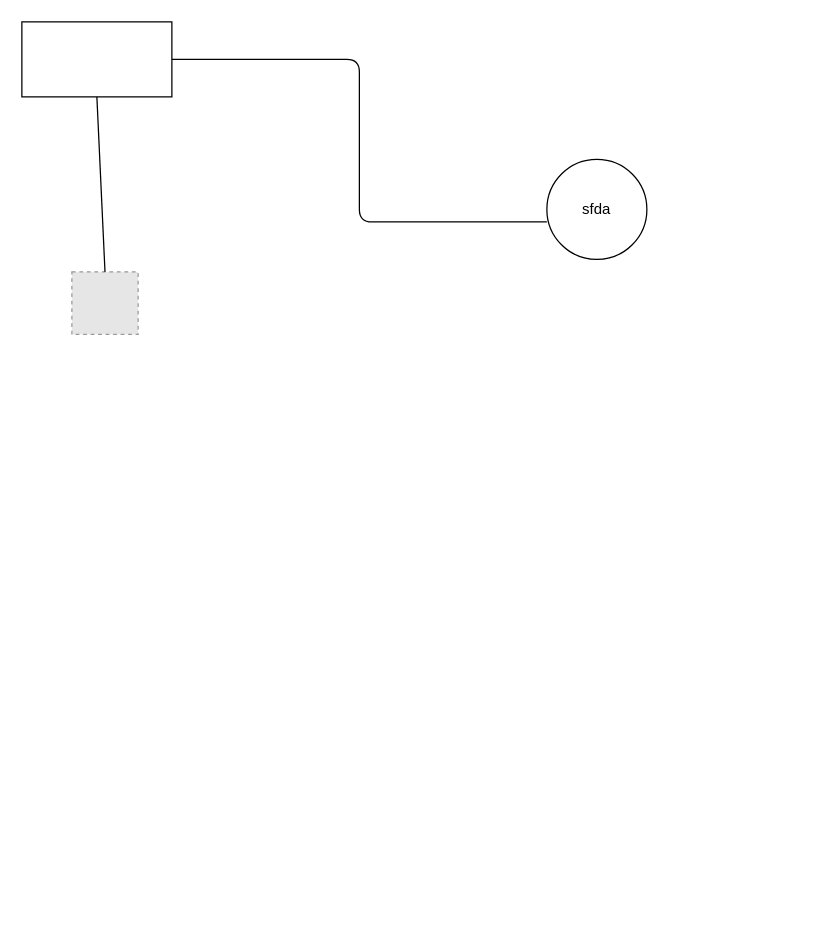
Earlier version of the draw.io diagram 未命名表单.drawio (Hyhyx/hyhyx.github.io). Source tidied: cells renumbered, new cells numbered last; positions are measured from the earlier drawing's top-left corner, leaving out a move shared by most shapes. Both pictures are drawn from the tidied source at 125%, with x=0, y=0 at pixel (21, 21). Pictures stored in the file or linked from it are replaced by grey dashed boxes.
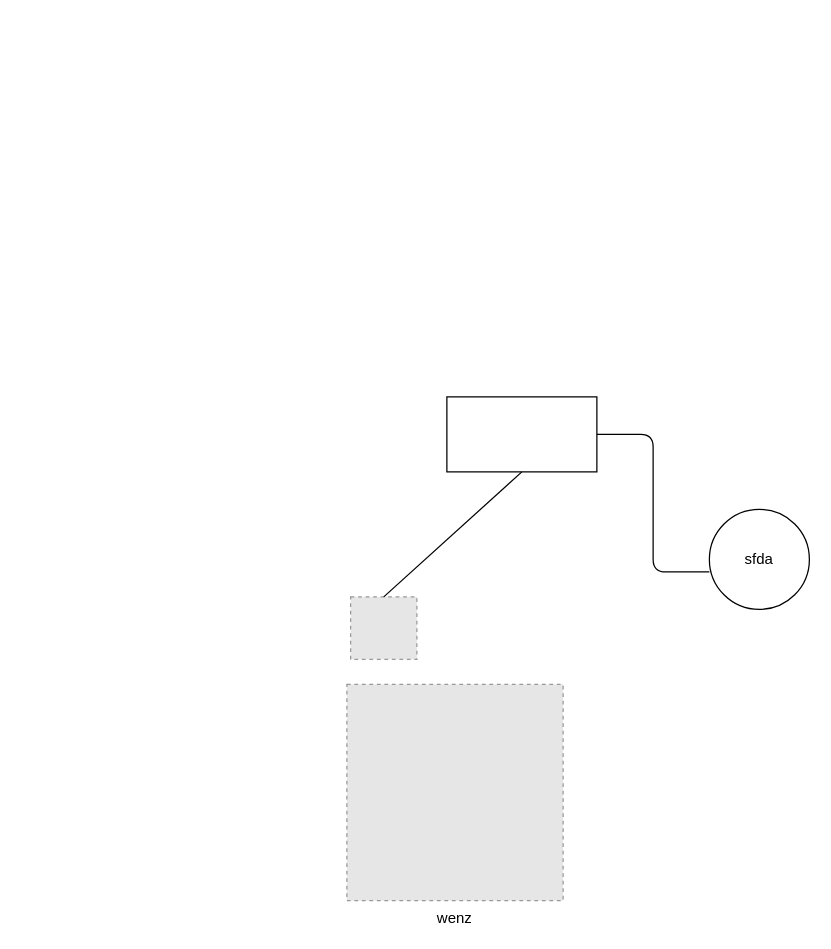
The same page after the edit.

Commit message:
更新未命名表单.drawio

What changed in the source:
```diff
@@
 <mxGraphModel>
   <root>
     <mxCell id="0" />
     <mxCell id="1" parent="0" />
     <mxCell id="2" style="rounded=0;whiteSpace=wrap;html=1;" parent="1" vertex="1">
-      <mxGeometry width="120" height="60" as="geometry" />
+      <mxGeometry x="340" y="300" width="120" height="60" as="geometry" />
     </mxCell>
     <mxCell id="3" style="endArrow=none;html=1;entryX=0;entryY=0.625;entryDx=0;entryDy=0;entryPerimeter=0;exitX=1;exitY=0.5;exitDx=0;exitDy=0;edgeStyle=orthogonalEdgeStyle;" parent="1" edge="1" source="2" target="4">
       <mxGeometry relative="1" as="geometry" />
     </mxCell>
     <mxCell id="4" value="sfda" style="ellipse;whiteSpace=wrap;html=1;" parent="1" vertex="1">
-      <mxGeometry x="420" y="110" width="80" height="80" as="geometry" />
+      <mxGeometry x="550" y="390" width="80" height="80" as="geometry" />
     </mxCell>
     <mxCell id="5" style="fillColor=#E6E6E6;strokeColor=#999999;dashed=1;verticalLabelPosition=bottom;verticalAlign=top;html=1;" parent="1" vertex="1">
-      <mxGeometry x="40" y="200" width="53" height="50" as="geometry" />
+      <mxGeometry x="263" y="460" width="53" height="50" as="geometry" />
     </mxCell>
     <mxCell id="6" style="endArrow=none;html=1;entryX=0.5;entryY=0;entryDx=0;entryDy=0;exitX=0.5;exitY=1;exitDx=0;exitDy=0;" parent="1" edge="1" source="2" target="5">
       <mxGeometry relative="1" as="geometry" />
     </mxCell>
+    <mxCell id="7" value="wenz" style="fillColor=#E6E6E6;strokeColor=#999999;dashed=1;verticalLabelPosition=bottom;verticalAlign=top;" parent="1" vertex="1">
+      <mxGeometry x="260" y="530" width="173" height="173" as="geometry" />
+    </mxCell>
   </root>
 </mxGraphModel>
```
